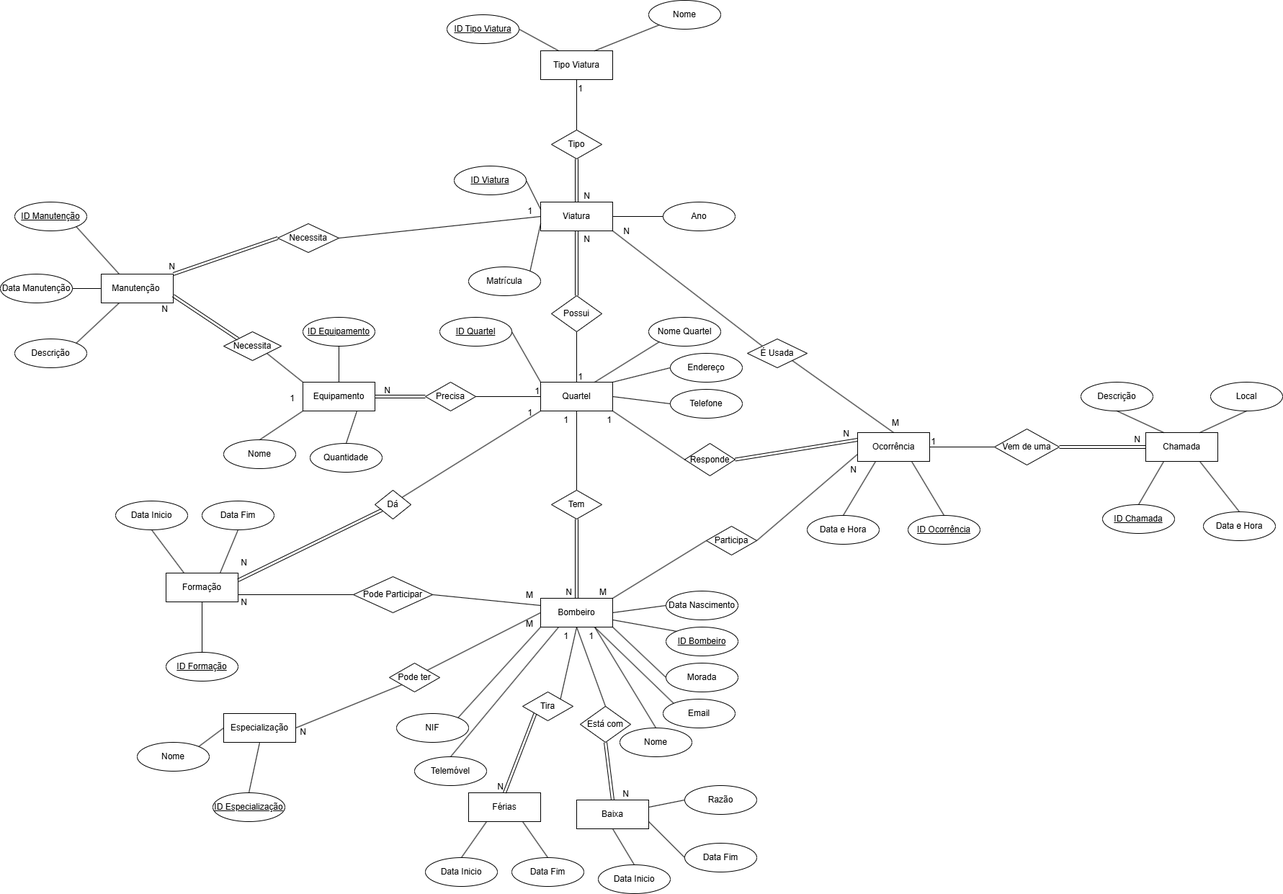
Before: Projeto/Quartel_DER.drawio.png, a diagram exported from draw.io (Lazarosa04/BD). Source tidied: cells renumbered, new cells last; positions are measured from the earlier drawing's top-left corner, leaving out a move shared by most shapes.
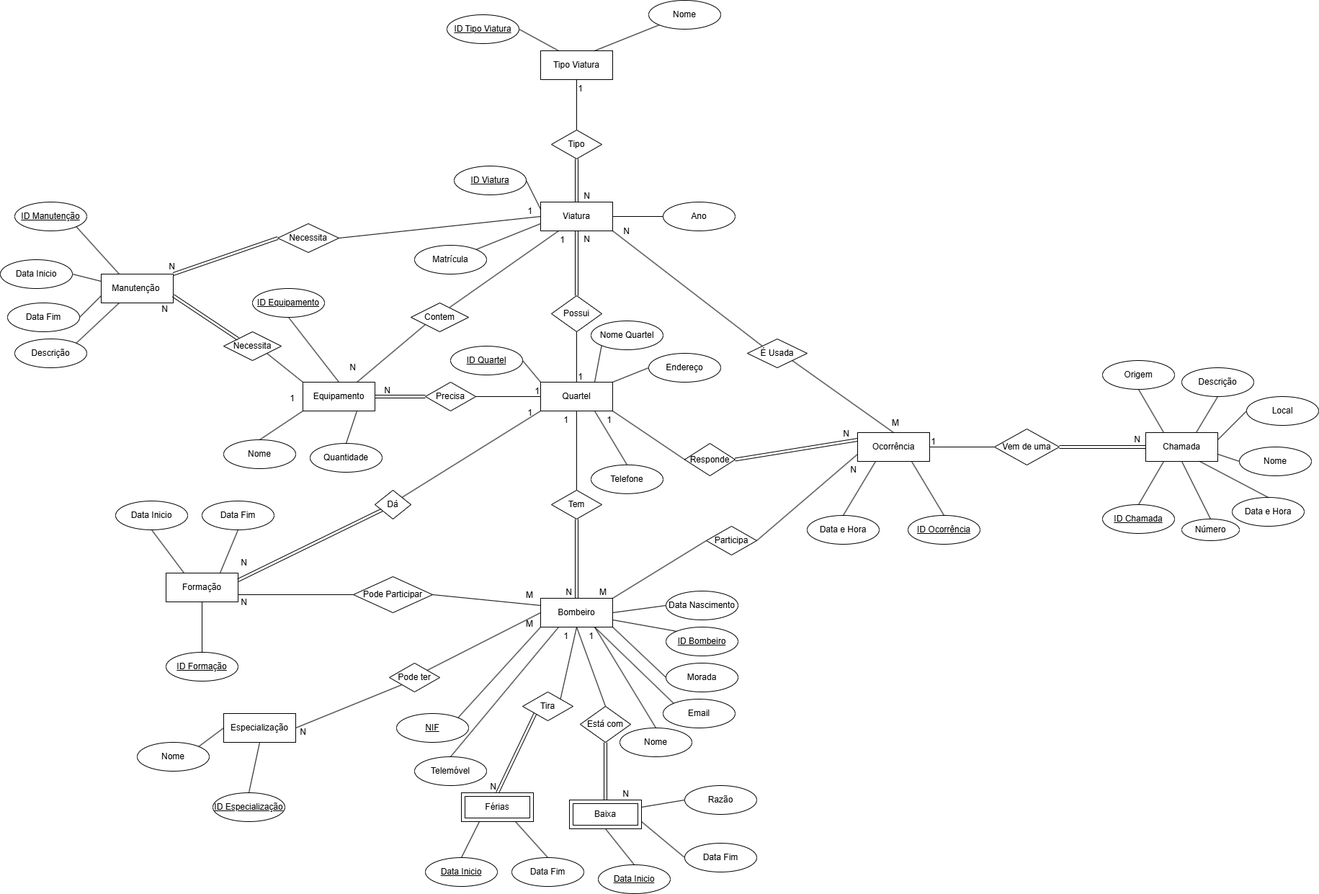
Above is the later version.

Commit message:
analise de requesitos e imagens der e er

What changed in the source:
```diff
@@ -26,20 +26,17 @@
     <mxCell id="9" value="Especialização" style="whiteSpace=wrap;html=1;align=center;" parent="1" vertex="1">
       <mxGeometry x="310" y="990" width="100" height="40" as="geometry" />
     </mxCell>
-    <mxCell id="10" value="Férias" style="whiteSpace=wrap;html=1;align=center;" parent="1" vertex="1">
-      <mxGeometry x="650" y="1100" width="100" height="40" as="geometry" />
-    </mxCell>
     <mxCell id="11" value="Telefone" style="ellipse;whiteSpace=wrap;html=1;align=center;" parent="1" vertex="1">
-      <mxGeometry x="930" y="540" width="100" height="40" as="geometry" />
+      <mxGeometry x="820" y="644.8" width="100" height="40" as="geometry" />
     </mxCell>
     <mxCell id="12" value="Nome Quartel" style="ellipse;whiteSpace=wrap;html=1;align=center;" parent="1" vertex="1">
-      <mxGeometry x="900" y="440" width="100" height="40" as="geometry" />
+      <mxGeometry x="820" y="445" width="100" height="40" as="geometry" />
     </mxCell>
     <mxCell id="13" value="&lt;u&gt;ID Quartel&lt;/u&gt;" style="ellipse;whiteSpace=wrap;html=1;align=center;" parent="1" vertex="1">
-      <mxGeometry x="610" y="440" width="100" height="40" as="geometry" />
+      <mxGeometry x="625" y="480" width="100" height="40" as="geometry" />
     </mxCell>
     <mxCell id="14" value="Endereço" style="ellipse;whiteSpace=wrap;html=1;align=center;" parent="1" vertex="1">
-      <mxGeometry x="930" y="490" width="100" height="40" as="geometry" />
+      <mxGeometry x="900" y="490" width="100" height="40" as="geometry" />
     </mxCell>
     <mxCell id="15" style="endArrow=none;html=1;rounded=0;entryX=0;entryY=0;entryDx=0;entryDy=0;exitX=1;exitY=0.5;exitDx=0;exitDy=0;" parent="1" edge="1" source="13" target="3">
       <mxGeometry relative="1" as="geometry" />
@@ -47,7 +44,7 @@
     <mxCell id="16" style="endArrow=none;html=1;rounded=0;exitX=0;exitY=1;exitDx=0;exitDy=0;entryX=0.75;entryY=0;entryDx=0;entryDy=0;" parent="1" edge="1" source="12" target="3">
       <mxGeometry relative="1" as="geometry" />
     </mxCell>
-    <mxCell id="17" style="endArrow=none;html=1;rounded=0;entryX=0;entryY=0.5;entryDx=0;entryDy=0;exitX=1;exitY=0.5;exitDx=0;exitDy=0;" parent="1" edge="1" source="3" target="11">
+    <mxCell id="17" style="endArrow=none;html=1;rounded=0;entryX=0.5;entryY=0;entryDx=0;entryDy=0;exitX=0.75;exitY=1;exitDx=0;exitDy=0;" parent="1" edge="1" source="3" target="11">
       <mxGeometry relative="1" as="geometry" />
     </mxCell>
     <mxCell id="18" style="endArrow=none;html=1;rounded=0;entryX=0;entryY=0.5;entryDx=0;entryDy=0;exitX=1;exitY=0;exitDx=0;exitDy=0;" parent="1" edge="1" source="3" target="14">
@@ -72,7 +69,7 @@
     <mxCell id="23" value="Nome" style="ellipse;whiteSpace=wrap;html=1;align=center;" parent="1" vertex="1">
       <mxGeometry x="860" y="1010" width="100" height="40" as="geometry" />
     </mxCell>
-    <mxCell id="24" value="NIF" style="ellipse;whiteSpace=wrap;html=1;align=center;" parent="1" vertex="1">
+    <mxCell id="24" value="&lt;u&gt;NIF&lt;/u&gt;" style="ellipse;whiteSpace=wrap;html=1;align=center;" parent="1" vertex="1">
       <mxGeometry x="550" y="990" width="100" height="40" as="geometry" />
     </mxCell>
     <mxCell id="25" value="Email" style="ellipse;whiteSpace=wrap;html=1;align=center;" parent="1" vertex="1">
@@ -136,7 +133,7 @@
       <mxGeometry x="630" y="230" width="100" height="40" as="geometry" />
     </mxCell>
     <mxCell id="43" value="Matrícula" style="ellipse;whiteSpace=wrap;html=1;align=center;" parent="1" vertex="1">
-      <mxGeometry x="650" y="370" width="100" height="40" as="geometry" />
+      <mxGeometry x="575" y="340" width="100" height="40" as="geometry" />
     </mxCell>
     <mxCell id="44" value="Ano" style="ellipse;whiteSpace=wrap;html=1;align=center;" parent="1" vertex="1">
       <mxGeometry x="920" y="280" width="100" height="40" as="geometry" />
@@ -178,9 +175,9 @@
       </mxGeometry>
     </mxCell>
     <mxCell id="55" value="N" style="html=1;whiteSpace=wrap;align=right;verticalAlign=bottom;" parent="1" vertex="1">
-      <mxGeometry x="700" y="1100" as="geometry" />
+      <mxGeometry x="690" y="1100" as="geometry" />
     </mxCell>
-    <mxCell id="56" value="Data Inicio" style="ellipse;whiteSpace=wrap;html=1;align=center;" parent="1" vertex="1">
+    <mxCell id="56" value="&lt;u&gt;Data Inicio&lt;/u&gt;" style="ellipse;whiteSpace=wrap;html=1;align=center;" parent="1" vertex="1">
       <mxGeometry x="590" y="1190" width="100" height="40" as="geometry" />
     </mxCell>
     <mxCell id="57" value="Data Fim" style="ellipse;whiteSpace=wrap;html=1;align=center;" parent="1" vertex="1">
@@ -221,7 +218,7 @@
       <mxGeometry x="280" y="695" width="100" height="40" as="geometry" />
     </mxCell>
     <mxCell id="68" value="&lt;u&gt;ID Equipamento&lt;/u&gt;" style="ellipse;whiteSpace=wrap;html=1;align=center;" parent="1" vertex="1">
-      <mxGeometry x="420" y="440" width="100" height="40" as="geometry" />
+      <mxGeometry x="350" y="400" width="100" height="40" as="geometry" />
     </mxCell>
     <mxCell id="69" value="Nome" style="ellipse;whiteSpace=wrap;html=1;align=center;" parent="1" vertex="1">
       <mxGeometry x="310" y="610" width="100" height="40" as="geometry" />
@@ -323,13 +320,13 @@
       <mxGeometry x="1530" y="700" width="100" height="40" as="geometry" />
     </mxCell>
     <mxCell id="98" value="Data e Hora" style="ellipse;whiteSpace=wrap;html=1;align=center;" parent="1" vertex="1">
-      <mxGeometry x="1670" y="710" width="100" height="40" as="geometry" />
+      <mxGeometry x="1710" y="690" width="100" height="40" as="geometry" />
     </mxCell>
     <mxCell id="99" value="Descrição" style="ellipse;whiteSpace=wrap;html=1;align=center;" parent="1" vertex="1">
-      <mxGeometry x="1500" y="530" width="100" height="40" as="geometry" />
+      <mxGeometry x="1640" y="510" width="100" height="40" as="geometry" />
     </mxCell>
     <mxCell id="100" value="Local" style="ellipse;whiteSpace=wrap;html=1;align=center;" parent="1" vertex="1">
-      <mxGeometry x="1680" y="530" width="100" height="40" as="geometry" />
+      <mxGeometry x="1730" y="550" width="100" height="40" as="geometry" />
     </mxCell>
     <mxCell id="101" value="Manutenção&amp;nbsp;" style="whiteSpace=wrap;html=1;align=center;" parent="1" vertex="1">
       <mxGeometry x="140" y="380" width="100" height="40" as="geometry" />
@@ -337,9 +334,6 @@
     <mxCell id="102" value="Descrição" style="ellipse;whiteSpace=wrap;html=1;align=center;" parent="1" vertex="1">
       <mxGeometry x="20" y="470" width="100" height="40" as="geometry" />
     </mxCell>
-    <mxCell id="103" value="Data Manutenção" style="ellipse;whiteSpace=wrap;html=1;align=center;" parent="1" vertex="1">
-      <mxGeometry y="380" width="100" height="40" as="geometry" />
-    </mxCell>
     <mxCell id="104" value="&lt;u&gt;ID Manutenção&lt;/u&gt;" style="ellipse;whiteSpace=wrap;html=1;align=center;" parent="1" vertex="1">
       <mxGeometry x="20" y="280" width="100" height="40" as="geometry" />
     </mxCell>
@@ -349,7 +343,7 @@
     <mxCell id="106" style="endArrow=none;html=1;rounded=0;exitX=1;exitY=0;exitDx=0;exitDy=0;entryX=0.25;entryY=1;entryDx=0;entryDy=0;" parent="1" edge="1" source="102" target="101">
       <mxGeometry relative="1" as="geometry" />
     </mxCell>
-    <mxCell id="107" style="endArrow=none;html=1;rounded=0;exitX=1;exitY=0.5;exitDx=0;exitDy=0;entryX=0;entryY=0.5;entryDx=0;entryDy=0;" parent="1" edge="1" source="103" target="101">
+    <mxCell id="107" style="endArrow=none;html=1;rounded=0;exitX=1;exitY=0.5;exitDx=0;exitDy=0;entryX=0;entryY=0.25;entryDx=0;entryDy=0;" parent="1" edge="1" source="168" target="101">
       <mxGeometry relative="1" as="geometry" />
     </mxCell>
     <mxCell id="108" value="1" style="html=1;whiteSpace=wrap;align=right;verticalAlign=bottom;" parent="1" vertex="1">
@@ -382,7 +376,7 @@
         <mxPoint x="-196" y="-101" as="offset" />
       </mxGeometry>
     </mxCell>
-    <mxCell id="114" style="endArrow=none;html=1;rounded=0;entryX=0.25;entryY=0;entryDx=0;entryDy=0;exitX=0.5;exitY=1;exitDx=0;exitDy=0;" parent="1" edge="1" source="99" target="95">
+    <mxCell id="114" style="endArrow=none;html=1;rounded=0;entryX=0.7;entryY=0;entryDx=0;entryDy=0;exitX=0.5;exitY=1;exitDx=0;exitDy=0;entryPerimeter=0;" parent="1" edge="1" source="99" target="95">
       <mxGeometry relative="1" as="geometry" />
     </mxCell>
     <mxCell id="115" style="endArrow=none;html=1;rounded=0;exitX=0.5;exitY=0;exitDx=0;exitDy=0;entryX=0.25;entryY=1;entryDx=0;entryDy=0;" parent="1" edge="1" source="97" target="95">
@@ -391,12 +385,9 @@
     <mxCell id="116" style="endArrow=none;html=1;rounded=0;exitX=0.5;exitY=0;exitDx=0;exitDy=0;entryX=0.75;entryY=1;entryDx=0;entryDy=0;" parent="1" edge="1" source="98" target="95">
       <mxGeometry relative="1" as="geometry" />
     </mxCell>
-    <mxCell id="117" style="endArrow=none;html=1;rounded=0;exitX=0.75;exitY=0;exitDx=0;exitDy=0;entryX=0.5;entryY=1;entryDx=0;entryDy=0;" parent="1" edge="1" source="95" target="100">
+    <mxCell id="117" style="endArrow=none;html=1;rounded=0;exitX=1;exitY=0.25;exitDx=0;exitDy=0;entryX=0;entryY=0.5;entryDx=0;entryDy=0;" parent="1" edge="1" source="95" target="100">
       <mxGeometry relative="1" as="geometry" />
     </mxCell>
-    <mxCell id="118" value="Baixa" style="whiteSpace=wrap;html=1;align=center;" parent="1" vertex="1">
-      <mxGeometry x="800" y="1110" width="100" height="40" as="geometry" />
-    </mxCell>
     <mxCell id="119" value="1" style="html=1;whiteSpace=wrap;align=right;verticalAlign=bottom;" parent="1" vertex="1">
       <mxGeometry x="835" y="960" as="geometry">
         <mxPoint x="-10" y="-69" as="offset" />
@@ -405,7 +396,7 @@
     <mxCell id="120" value="N" style="html=1;whiteSpace=wrap;align=right;verticalAlign=bottom;" parent="1" vertex="1">
       <mxGeometry x="874.1" y="1110" as="geometry" />
     </mxCell>
-    <mxCell id="121" value="Data Inicio" style="ellipse;whiteSpace=wrap;html=1;align=center;" parent="1" vertex="1">
+    <mxCell id="121" value="&lt;u&gt;Data Inicio&lt;/u&gt;" style="ellipse;whiteSpace=wrap;html=1;align=center;" parent="1" vertex="1">
       <mxGeometry x="830" y="1200" width="100" height="40" as="geometry" />
     </mxCell>
     <mxCell id="122" value="Data Fim" style="ellipse;whiteSpace=wrap;html=1;align=center;" parent="1" vertex="1">
@@ -541,5 +532,57 @@
     <mxCell id="164" value="N" style="html=1;whiteSpace=wrap;align=right;verticalAlign=bottom;" parent="1" vertex="1">
       <mxGeometry x="1190.3" y="660" as="geometry" />
     </mxCell>
+    <mxCell id="165" value="Contem" style="shape=rhombus;perimeter=rhombusPerimeter;whiteSpace=wrap;html=1;align=center;" parent="1" vertex="1">
+      <mxGeometry x="570" y="420" width="80" height="40" as="geometry" />
+    </mxCell>
+    <mxCell id="166" style="endArrow=none;html=1;rounded=0;exitX=0;exitY=1;exitDx=0;exitDy=0;entryX=0.75;entryY=0;entryDx=0;entryDy=0;" parent="1" edge="1" source="165" target="5">
+      <mxGeometry relative="1" as="geometry" />
+    </mxCell>
+    <mxCell id="167" style="endArrow=none;html=1;rounded=0;exitX=0.25;exitY=1;exitDx=0;exitDy=0;entryX=0.673;entryY=0.154;entryDx=0;entryDy=0;entryPerimeter=0;" parent="1" edge="1" source="4" target="165">
+      <mxGeometry relative="1" as="geometry" />
+    </mxCell>
+    <mxCell id="168" value="Data Inicio" style="ellipse;whiteSpace=wrap;html=1;align=center;" parent="1" vertex="1">
+      <mxGeometry y="360" width="100" height="40" as="geometry" />
+    </mxCell>
+    <mxCell id="169" value="Data Fim" style="ellipse;whiteSpace=wrap;html=1;align=center;" parent="1" vertex="1">
+      <mxGeometry x="10" y="420" width="100" height="40" as="geometry" />
+    </mxCell>
+    <mxCell id="170" style="endArrow=none;html=1;rounded=0;exitX=1;exitY=0.5;exitDx=0;exitDy=0;entryX=0;entryY=0.75;entryDx=0;entryDy=0;" parent="1" edge="1" source="169" target="101">
+      <mxGeometry relative="1" as="geometry" />
+    </mxCell>
+    <mxCell id="10" value="Férias" style="shape=ext;margin=3;double=1;whiteSpace=wrap;html=1;align=center;" parent="1" vertex="1">
+      <mxGeometry x="640" y="1100" width="100" height="40" as="geometry" />
+    </mxCell>
+    <mxCell id="118" value="Baixa" style="shape=ext;margin=3;double=1;whiteSpace=wrap;html=1;align=center;" parent="1" vertex="1">
+      <mxGeometry x="790" y="1110" width="100" height="40" as="geometry" />
+    </mxCell>
+    <mxCell id="171" value="Nome" style="ellipse;whiteSpace=wrap;html=1;align=center;" parent="1" vertex="1">
+      <mxGeometry x="1720" y="620" width="100" height="40" as="geometry" />
+    </mxCell>
+    <mxCell id="172" style="endArrow=none;html=1;rounded=0;entryX=0;entryY=0.5;entryDx=0;entryDy=0;exitX=1;exitY=0.75;exitDx=0;exitDy=0;" parent="1" edge="1" source="95" target="171">
+      <mxGeometry relative="1" as="geometry" />
+    </mxCell>
+    <mxCell id="173" value="Número" style="ellipse;whiteSpace=wrap;html=1;" parent="1" vertex="1">
+      <mxGeometry x="1640" y="720" width="80" height="30" as="geometry" />
+    </mxCell>
+    <mxCell id="174" style="endArrow=none;html=1;rounded=0;entryX=0.5;entryY=0;entryDx=0;entryDy=0;exitX=0.5;exitY=1;exitDx=0;exitDy=0;" parent="1" edge="1" source="95" target="173">
+      <mxGeometry relative="1" as="geometry" />
+    </mxCell>
+    <mxCell id="175" value="1" style="html=1;whiteSpace=wrap;align=right;verticalAlign=bottom;" parent="1" vertex="1">
+      <mxGeometry x="795" y="410" as="geometry">
+        <mxPoint x="-10" y="-69" as="offset" />
+      </mxGeometry>
+    </mxCell>
+    <mxCell id="176" value="N" style="html=1;whiteSpace=wrap;align=right;verticalAlign=bottom;" parent="1" vertex="1">
+      <mxGeometry x="500" y="540" as="geometry">
+        <mxPoint x="-5" y="-22" as="offset" />
+      </mxGeometry>
+    </mxCell>
+    <mxCell id="177" value="Origem" style="ellipse;whiteSpace=wrap;html=1;align=center;" parent="1" vertex="1">
+      <mxGeometry x="1530" y="500" width="100" height="40" as="geometry" />
+    </mxCell>
+    <mxCell id="178" style="endArrow=none;html=1;rounded=0;entryX=0.25;entryY=0;entryDx=0;entryDy=0;exitX=0.5;exitY=1;exitDx=0;exitDy=0;" parent="1" edge="1" source="177" target="95">
+      <mxGeometry relative="1" as="geometry" />
+    </mxCell>
   </root>
 </mxGraphModel>
```
